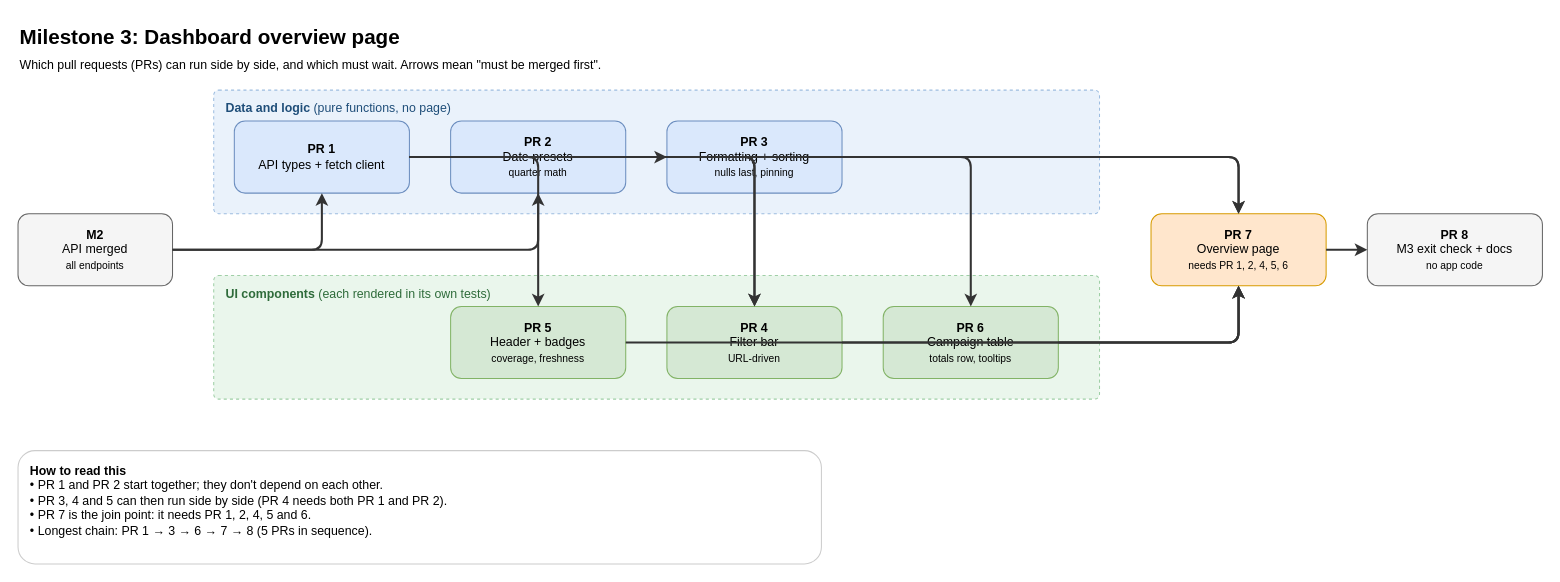
Above: plans/milestone-3/milestone-3-dag.drawio in diegovazquezny/campaign-dashboard (draw.io), before the change. Source tidied: cells renumbered, new cells numbered last; positions are measured from the earlier drawing's top-left corner, leaving out a move shared by most shapes. Both pictures are drawn from the tidied source at 103%, with x=0, y=0 at pixel (18, 18).
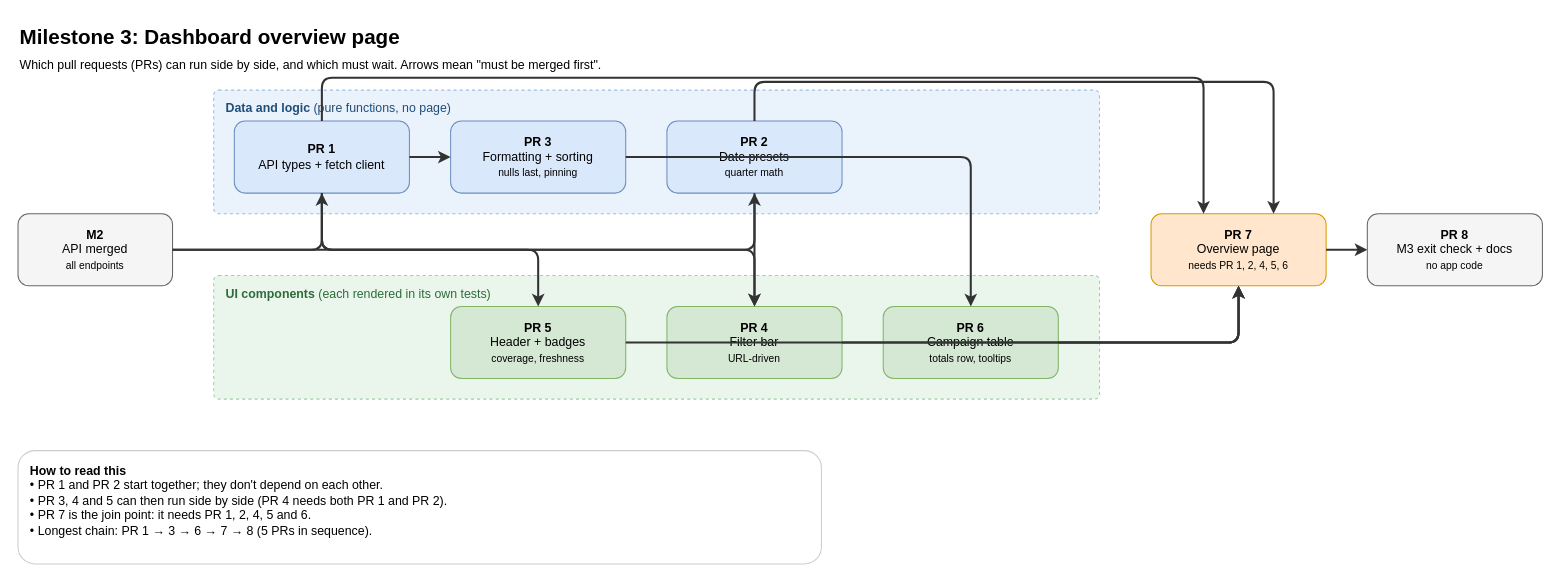
Above is the later version.

Commit message (it also covers changes not shown here):
Address review of milestone 3 plan

Specify URL params, resolveRange error shape, inline API errors, money
typing, tooltips and sort rules; reroute long diagram edges.

The change refers to these unchanged cells:
```xml
<mxCell id="6" value="&lt;b&gt;PR 1&lt;/b&gt;&lt;br&gt;API types + fetch client" style="rounded=1;whiteSpace=wrap;html=1;fillColor=#DAE8FC;strokeColor=#6C8EBF;fontSize=12;" parent="1" vertex="1">
  <mxGeometry x="210" y="100" width="170" height="70" as="geometry" />
</mxCell>
<mxCell id="9" value="&lt;b&gt;PR 5&lt;/b&gt;&lt;br&gt;Header + badges&lt;br&gt;&lt;font style=&quot;font-size:10px&quot;&gt;coverage, freshness&lt;/font&gt;" style="rounded=1;whiteSpace=wrap;html=1;fillColor=#D5E8D4;strokeColor=#82B366;fontSize=12;" parent="1" vertex="1">
  <mxGeometry x="420" y="280" width="170" height="70" as="geometry" />
</mxCell>
<mxCell id="10" value="&lt;b&gt;PR 4&lt;/b&gt;&lt;br&gt;Filter bar&lt;br&gt;&lt;font style=&quot;font-size:10px&quot;&gt;URL-driven&lt;/font&gt;" style="rounded=1;whiteSpace=wrap;html=1;fillColor=#D5E8D4;strokeColor=#82B366;fontSize=12;" parent="1" vertex="1">
  <mxGeometry x="630" y="280" width="170" height="70" as="geometry" />
</mxCell>
<mxCell id="12" value="&lt;b&gt;PR 7&lt;/b&gt;&lt;br&gt;Overview page&lt;br&gt;&lt;font style=&quot;font-size:10px&quot;&gt;needs PR 1, 2, 4, 5, 6&lt;/font&gt;" style="rounded=1;whiteSpace=wrap;html=1;fillColor=#FFE6CC;strokeColor=#D79B00;fontSize=12;" parent="1" vertex="1">
  <mxGeometry x="1100" y="190" width="170" height="70" as="geometry" />
</mxCell>
```

Change to the diagram source:
```diff
@@
     <mxCell id="7" value="&lt;b&gt;PR 2&lt;/b&gt;&lt;br&gt;Date presets&lt;br&gt;&lt;font style=&quot;font-size:10px&quot;&gt;quarter math&lt;/font&gt;" style="rounded=1;whiteSpace=wrap;html=1;fillColor=#DAE8FC;strokeColor=#6C8EBF;fontSize=12;" parent="1" vertex="1">
-      <mxGeometry x="420" y="100" width="170" height="70" as="geometry" />
+      <mxGeometry x="630" y="100" width="170" height="70" as="geometry" />
     </mxCell>
     <mxCell id="8" value="&lt;b&gt;PR 3&lt;/b&gt;&lt;br&gt;Formatting + sorting&lt;br&gt;&lt;font style=&quot;font-size:10px&quot;&gt;nulls last, pinning&lt;/font&gt;" style="rounded=1;whiteSpace=wrap;html=1;fillColor=#DAE8FC;strokeColor=#6C8EBF;fontSize=12;" parent="1" vertex="1">
-      <mxGeometry x="630" y="100" width="170" height="70" as="geometry" />
+      <mxGeometry x="420" y="100" width="170" height="70" as="geometry" />
     </mxCell>
@@
-    <mxCell id="17" style="edgeStyle=orthogonalEdgeStyle;rounded=1;html=1;strokeWidth=2;strokeColor=#333333;" parent="1" edge="1" source="6" target="9">
-      <mxGeometry relative="1" as="geometry" />
+    <mxCell id="17" style="edgeStyle=orthogonalEdgeStyle;rounded=1;html=1;strokeWidth=2;strokeColor=#333333;exitX=0.5;exitY=1;entryX=0.5;entryY=0;" parent="1" edge="1" source="6" target="9">
+      <mxGeometry relative="1" as="geometry">
+        <Array as="points">
+          <mxPoint x="295" y="225" />
+          <mxPoint x="505" y="225" />
+        </Array>
+      </mxGeometry>
     </mxCell>
-    <mxCell id="18" style="edgeStyle=orthogonalEdgeStyle;rounded=1;html=1;strokeWidth=2;strokeColor=#333333;" parent="1" edge="1" source="6" target="10">
-      <mxGeometry relative="1" as="geometry" />
+    <mxCell id="18" style="edgeStyle=orthogonalEdgeStyle;rounded=1;html=1;strokeWidth=2;strokeColor=#333333;exitX=0.5;exitY=1;entryX=0.5;entryY=0;" parent="1" edge="1" source="6" target="10">
+      <mxGeometry relative="1" as="geometry">
+        <Array as="points">
+          <mxPoint x="295" y="225" />
+          <mxPoint x="715" y="225" />
+        </Array>
+      </mxGeometry>
     </mxCell>
@@
-    <mxCell id="21" style="edgeStyle=orthogonalEdgeStyle;rounded=1;html=1;strokeWidth=2;strokeColor=#333333;" parent="1" edge="1" source="6" target="12">
-      <mxGeometry relative="1" as="geometry" />
+    <mxCell id="21" style="edgeStyle=orthogonalEdgeStyle;rounded=1;html=1;strokeWidth=2;strokeColor=#333333;exitX=0.5;exitY=0;entryX=0.3;entryY=0;" parent="1" edge="1" source="6" target="12">
+      <mxGeometry relative="1" as="geometry">
+        <Array as="points">
+          <mxPoint x="295" y="58" />
+          <mxPoint x="1151" y="58" />
+        </Array>
+      </mxGeometry>
     </mxCell>
-    <mxCell id="22" style="edgeStyle=orthogonalEdgeStyle;rounded=1;html=1;strokeWidth=2;strokeColor=#333333;" parent="1" edge="1" source="7" target="12">
-      <mxGeometry relative="1" as="geometry" />
+    <mxCell id="22" style="edgeStyle=orthogonalEdgeStyle;rounded=1;html=1;strokeWidth=2;strokeColor=#333333;exitX=0.5;exitY=0;entryX=0.7;entryY=0;" parent="1" edge="1" source="7" target="12">
+      <mxGeometry relative="1" as="geometry">
+        <Array as="points">
+          <mxPoint x="715" y="62" />
+          <mxPoint x="1219" y="62" />
+        </Array>
+      </mxGeometry>
     </mxCell>
```
